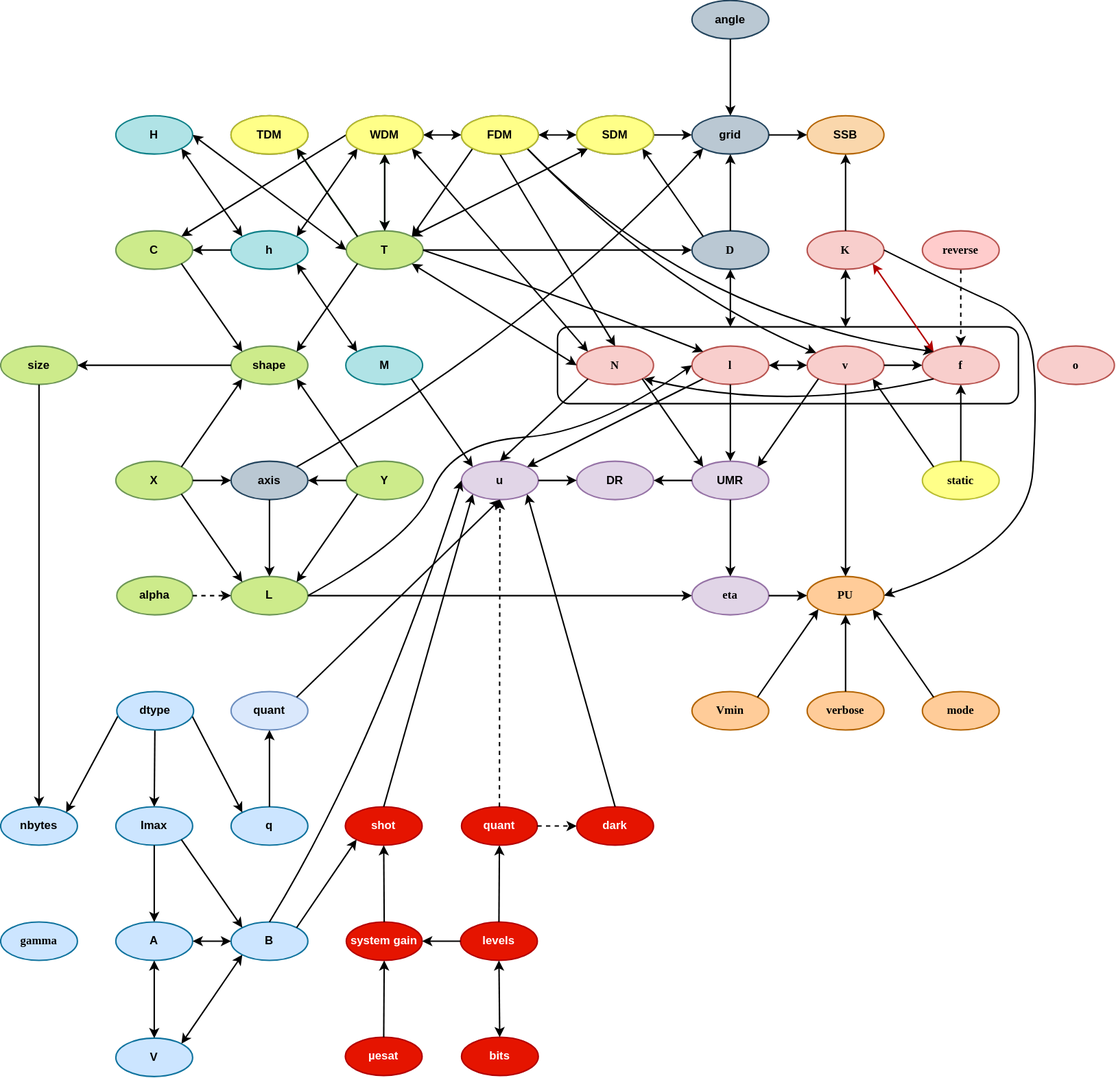
Earlier version of the draw.io export docs/interdependencies.svg (comimag/Fringes). Source tidied: cells renumbered, new cells last; positions are measured from the earlier drawing's top-left corner, leaving out a move shared by most shapes.
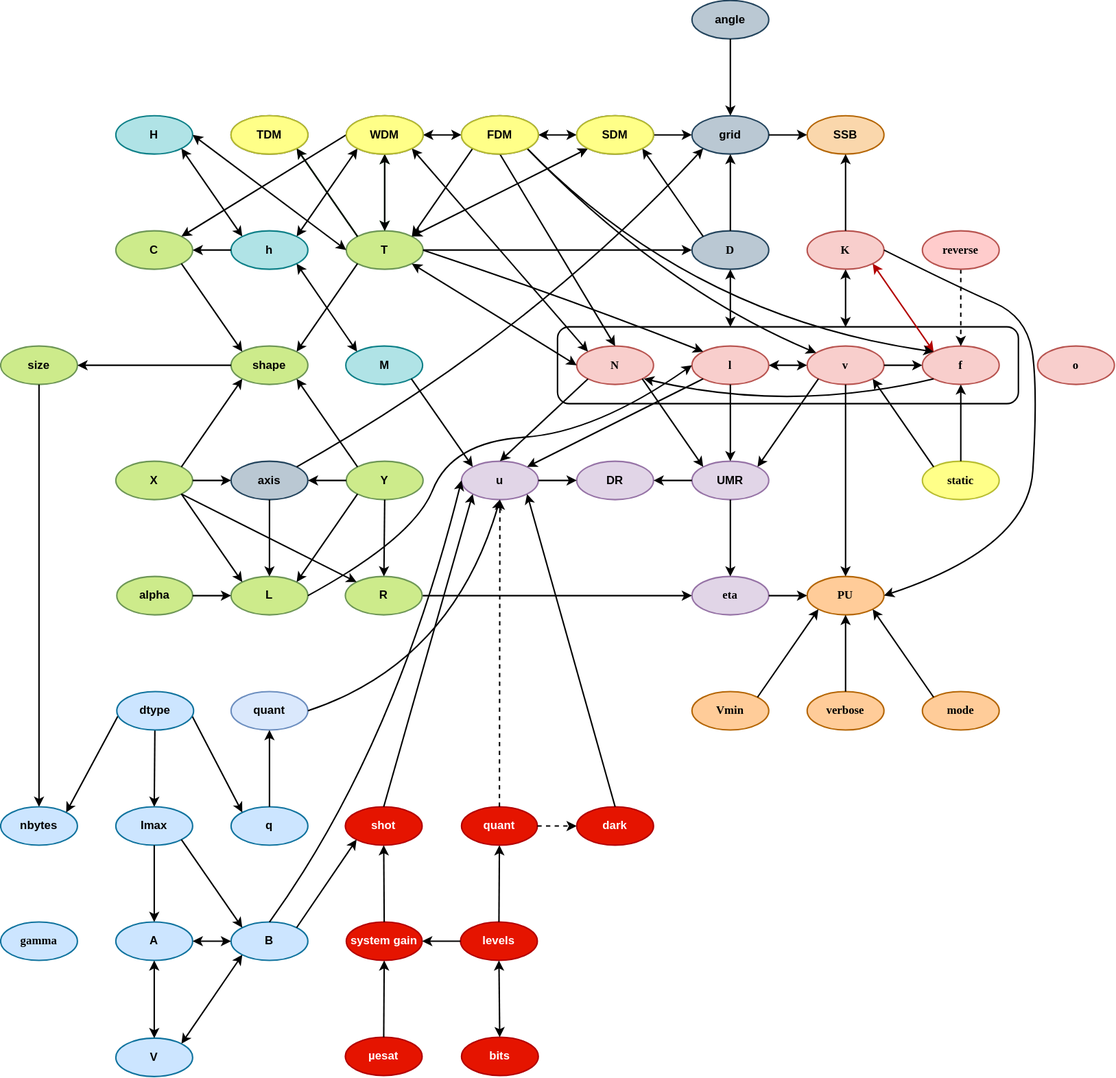
The same file after the commit.

Change to the diagram source:
```diff
@@ -165,7 +165,7 @@
     <mxCell id="54" style="endArrow=classic;html=1;curved=1;exitX=0;exitY=1;exitDx=0;exitDy=0;entryX=1;entryY=0;entryDx=0;entryDy=0;fontStyle=1;shadow=0;strokeWidth=1.5;labelBorderColor=none;" parent="1" edge="1" source="43" target="52">
       <mxGeometry relative="1" as="geometry" />
     </mxCell>
-    <mxCell id="55" style="endArrow=classic;html=1;curved=1;exitX=1;exitY=0.5;exitDx=0;exitDy=0;entryX=0;entryY=0.5;entryDx=0;entryDy=0;fontStyle=1;shadow=0;strokeWidth=1.5;labelBorderColor=none;" parent="1" edge="1" source="52" target="10">
+    <mxCell id="55" style="endArrow=classic;html=1;curved=1;entryX=0;entryY=0.5;entryDx=0;entryDy=0;fontStyle=1;shadow=0;strokeWidth=1.5;labelBorderColor=none;exitX=1;exitY=0.5;exitDx=0;exitDy=0;" parent="1" edge="1" source="147" target="10">
       <mxGeometry relative="1" as="geometry" />
     </mxCell>
     <mxCell id="56" value="u" style="ellipse;whiteSpace=wrap;html=1;fontStyle=1;fillColor=#e1d5e7;strokeColor=#9673a6;shadow=0;strokeWidth=1.5;labelBorderColor=none;" parent="1" vertex="1">
@@ -246,7 +246,7 @@
     <mxCell id="81" style="endArrow=classic;html=1;curved=1;exitX=0.5;exitY=0;exitDx=0;exitDy=0;entryX=0;entryY=0.5;entryDx=0;entryDy=0;fontStyle=1;shadow=0;strokeWidth=1.5;labelBorderColor=none;" parent="1" edge="1" source="79" target="56">
       <mxGeometry relative="1" as="geometry">
         <Array as="points">
-          <mxPoint x="390" y="780" />
+          <mxPoint x="410" y="780" />
         </Array>
       </mxGeometry>
     </mxCell>
@@ -456,7 +456,7 @@
     <mxCell id="137" style="endArrow=classic;html=1;rounded=0;exitX=0.5;exitY=0;exitDx=0;exitDy=0;entryX=0.5;entryY=1;entryDx=0;entryDy=0;fontStyle=1;strokeWidth=1.5;" parent="1" edge="1" source="132" target="136">
       <mxGeometry relative="1" as="geometry" />
     </mxCell>
-    <mxCell id="138" style="endArrow=classic;html=1;rounded=0;exitX=1;exitY=0.5;exitDx=0;exitDy=0;entryX=0;entryY=0.5;entryDx=0;entryDy=0;strokeWidth=1.5;dashed=1;" parent="1" edge="1" source="127" target="52">
+    <mxCell id="138" style="endArrow=classic;html=1;rounded=0;exitX=1;exitY=0.5;exitDx=0;exitDy=0;entryX=0;entryY=0.5;entryDx=0;entryDy=0;strokeWidth=1.5;" parent="1" edge="1" source="127" target="52">
       <mxGeometry relative="1" as="geometry" />
     </mxCell>
     <mxCell id="139" value="dtype" style="ellipse;whiteSpace=wrap;html=1;fontStyle=1;fillColor=#cce5ff;strokeColor=#10739E;shadow=0;strokeWidth=1.5;labelBorderColor=none;" parent="1" vertex="1">
@@ -465,9 +465,6 @@
     <mxCell id="140" style="endArrow=classic;html=1;rounded=0;entryX=0.5;entryY=0;entryDx=0;entryDy=0;exitX=0.5;exitY=1;exitDx=0;exitDy=0;strokeWidth=1.5;" parent="1" edge="1" source="72" target="78">
       <mxGeometry relative="1" as="geometry" />
     </mxCell>
-    <mxCell id="141" style="endArrow=classic;html=1;rounded=0;exitX=1;exitY=0;exitDx=0;exitDy=0;entryX=0.5;entryY=1;entryDx=0;entryDy=0;strokeWidth=1.5;" parent="1" edge="1" source="65" target="56">
-      <mxGeometry relative="1" as="geometry" />
-    </mxCell>
     <mxCell id="142" style="endArrow=classic;startArrow=classic;html=1;rounded=0;exitX=0.5;exitY=1;exitDx=0;exitDy=0;strokeWidth=1.5;" parent="1" edge="1" source="9">
       <mxGeometry relative="1" as="geometry">
         <mxPoint x="760" y="340" as="targetPoint" />
@@ -491,5 +488,21 @@
         </Array>
       </mxGeometry>
     </mxCell>
+    <mxCell id="147" value="R" style="ellipse;whiteSpace=wrap;html=1;fontStyle=1;fillColor=#cdeb8b;strokeColor=#6D9656;shadow=0;strokeWidth=1.5;labelBorderColor=none;" parent="1" vertex="1">
+      <mxGeometry x="359" y="600" width="80" height="40" as="geometry" />
+    </mxCell>
+    <mxCell id="148" style="endArrow=classic;html=1;rounded=0;strokeWidth=1.5;exitX=1;exitY=1;exitDx=0;exitDy=0;entryX=0;entryY=0;entryDx=0;entryDy=0;" parent="1" edge="1" source="44" target="147">
+      <mxGeometry relative="1" as="geometry" />
+    </mxCell>
+    <mxCell id="149" style="endArrow=classic;html=1;rounded=0;strokeWidth=1.5;exitX=0.5;exitY=1;exitDx=0;exitDy=0;" parent="1" edge="1" source="43" target="147">
+      <mxGeometry relative="1" as="geometry" />
+    </mxCell>
+    <mxCell id="141" style="endArrow=classic;html=1;strokeColor=#000000;curved=1;exitX=1;exitY=0.5;exitDx=0;exitDy=0;entryX=0.5;entryY=1;entryDx=0;entryDy=0;shadow=0;strokeWidth=1.5;labelBorderColor=none;" parent="1" edge="1" source="65" target="56">
+      <mxGeometry relative="1" as="geometry">
+        <Array as="points">
+          <mxPoint x="470" y="690" />
+        </Array>
+      </mxGeometry>
+    </mxCell>
   </root>
 </mxGraphModel>
```
